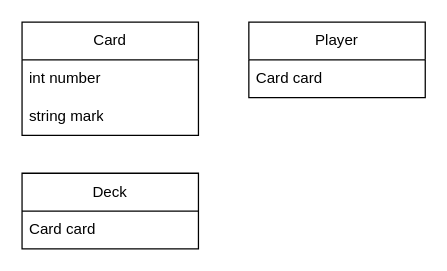
setodeve/ApprenticeShip keeps this draw.io diagram as Ruby/BlackJack/blackjack.drawio. Above is the earlier version. Source tidied: cells renumbered, new cells numbered last; positions are measured from the earlier drawing's top-left corner, leaving out a move shared by most shapes. Both pictures are drawn from the tidied source at 126%, with x=0, y=0 at pixel (21, 21).
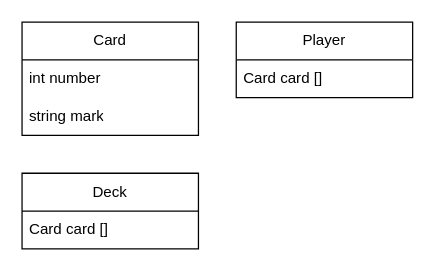
Above is the later version.

Diff of the diagram source:
```diff
@@
 <mxGraphModel>
   <root>
     <mxCell id="0" />
     <mxCell id="1" parent="0" />
     <mxCell id="2" value="Card" style="swimlane;fontStyle=0;horizontal=1;startSize=30;whiteSpace=wrap;html=1;" parent="1" vertex="1">
       <mxGeometry width="140" height="90" as="geometry" />
     </mxCell>
     <mxCell id="3" value="int number" style="text;strokeColor=none;fillColor=none;align=left;verticalAlign=middle;spacingLeft=4;spacingRight=4;overflow=hidden;whiteSpace=wrap;html=1;" parent="2" vertex="1">
       <mxGeometry y="30" width="140" height="30" as="geometry" />
     </mxCell>
     <mxCell id="4" value="string mark" style="text;strokeColor=none;fillColor=none;align=left;verticalAlign=middle;spacingLeft=4;spacingRight=4;overflow=hidden;whiteSpace=wrap;html=1;" parent="2" vertex="1">
       <mxGeometry y="60" width="140" height="30" as="geometry" />
     </mxCell>
     <mxCell id="5" value="Deck" style="swimlane;fontStyle=0;horizontal=1;startSize=30;whiteSpace=wrap;html=1;" parent="1" vertex="1">
       <mxGeometry y="120" width="140" height="60" as="geometry" />
     </mxCell>
-    <mxCell id="6" value="Card card" style="text;strokeColor=none;fillColor=none;align=left;verticalAlign=middle;spacingLeft=4;spacingRight=4;overflow=hidden;whiteSpace=wrap;html=1;" parent="5" vertex="1">
+    <mxCell id="6" value="Card card []" style="text;strokeColor=none;fillColor=none;align=left;verticalAlign=middle;spacingLeft=4;spacingRight=4;overflow=hidden;whiteSpace=wrap;html=1;" parent="5" vertex="1">
       <mxGeometry y="30" width="140" height="30" as="geometry" />
     </mxCell>
     <mxCell id="7" value="Player" style="swimlane;fontStyle=0;horizontal=1;startSize=30;whiteSpace=wrap;html=1;" parent="1" vertex="1">
-      <mxGeometry x="180" width="140" height="60" as="geometry" />
+      <mxGeometry x="170" width="140" height="60" as="geometry" />
     </mxCell>
-    <mxCell id="8" value="Card card" style="text;strokeColor=none;fillColor=none;align=left;verticalAlign=middle;spacingLeft=4;spacingRight=4;overflow=hidden;whiteSpace=wrap;html=1;" parent="7" vertex="1">
+    <mxCell id="8" value="Card card []" style="text;strokeColor=none;fillColor=none;align=left;verticalAlign=middle;spacingLeft=4;spacingRight=4;overflow=hidden;whiteSpace=wrap;html=1;" parent="7" vertex="1">
       <mxGeometry y="30" width="140" height="30" as="geometry" />
     </mxCell>
   </root>
 </mxGraphModel>
```
